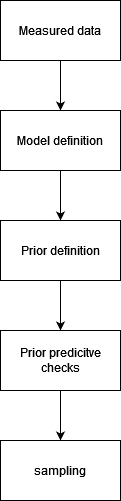
BioCatHub/wt_modeling keeps this draw.io diagram as Drafts/pymc3/assets/worklfow_example_1.png. Above is the earlier version. Source tidied: cells renumbered, new cells last; positions are measured from the earlier drawing's top-left corner, leaving out a move shared by most shapes. Source of this version:
```xml
<mxGraphModel>
  <root>
    <mxCell id="0" />
    <mxCell id="1" parent="0" />
    <mxCell id="2" style="edgeStyle=orthogonalEdgeStyle;rounded=0;jettySize=auto;html=1;" parent="1" edge="1" source="3" target="5">
      <mxGeometry relative="1" as="geometry" />
    </mxCell>
    <mxCell id="3" value="Measured data" style="rounded=0;whiteSpace=wrap;html=1;" parent="1" vertex="1">
      <mxGeometry width="120" height="60" as="geometry" />
    </mxCell>
    <mxCell id="4" style="edgeStyle=orthogonalEdgeStyle;rounded=0;jettySize=auto;html=1;" parent="1" edge="1" source="5" target="7">
      <mxGeometry relative="1" as="geometry" />
    </mxCell>
    <mxCell id="5" value="Model definition" style="rounded=0;whiteSpace=wrap;html=1;" parent="1" vertex="1">
      <mxGeometry y="110" width="120" height="60" as="geometry" />
    </mxCell>
    <mxCell id="6" style="edgeStyle=orthogonalEdgeStyle;rounded=0;jettySize=auto;html=1;" parent="1" edge="1" source="7" target="9">
      <mxGeometry relative="1" as="geometry" />
    </mxCell>
    <mxCell id="7" value="Prior definition" style="rounded=0;whiteSpace=wrap;html=1;" parent="1" vertex="1">
      <mxGeometry y="220" width="120" height="60" as="geometry" />
    </mxCell>
    <mxCell id="8" style="edgeStyle=orthogonalEdgeStyle;rounded=0;jettySize=auto;html=1;" parent="1" edge="1" source="9" target="10">
      <mxGeometry relative="1" as="geometry" />
    </mxCell>
    <mxCell id="9" value="Prior predicitve checks" style="rounded=0;whiteSpace=wrap;html=1;" parent="1" vertex="1">
      <mxGeometry y="330" width="120" height="60" as="geometry" />
    </mxCell>
    <mxCell id="10" value="sampling" style="rounded=0;whiteSpace=wrap;html=1;" parent="1" vertex="1">
      <mxGeometry y="440" width="120" height="60" as="geometry" />
    </mxCell>
  </root>
</mxGraphModel>
```
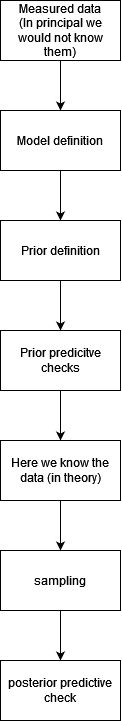
The same diagram one commit later.

What changed in the source:
```diff
@@ -5,7 +5,7 @@
     <mxCell id="2" style="edgeStyle=orthogonalEdgeStyle;rounded=0;jettySize=auto;html=1;" parent="1" edge="1" source="3" target="5">
       <mxGeometry relative="1" as="geometry" />
     </mxCell>
-    <mxCell id="3" value="Measured data" style="rounded=0;whiteSpace=wrap;html=1;" parent="1" vertex="1">
+    <mxCell id="3" value="&lt;div&gt;Measured data&lt;/div&gt;&lt;div&gt;(In principal we would not know them)&lt;br&gt;&lt;/div&gt;" style="rounded=0;whiteSpace=wrap;html=1;" parent="1" vertex="1">
       <mxGeometry width="120" height="60" as="geometry" />
     </mxCell>
     <mxCell id="4" style="edgeStyle=orthogonalEdgeStyle;rounded=0;jettySize=auto;html=1;" parent="1" edge="1" source="5" target="7">
@@ -20,14 +20,26 @@
     <mxCell id="7" value="Prior definition" style="rounded=0;whiteSpace=wrap;html=1;" parent="1" vertex="1">
       <mxGeometry y="220" width="120" height="60" as="geometry" />
     </mxCell>
-    <mxCell id="8" style="edgeStyle=orthogonalEdgeStyle;rounded=0;jettySize=auto;html=1;" parent="1" edge="1" source="9" target="10">
+    <mxCell id="8" style="edgeStyle=orthogonalEdgeStyle;rounded=0;jettySize=auto;html=1;" parent="1" edge="1" source="9" target="14">
       <mxGeometry relative="1" as="geometry" />
     </mxCell>
     <mxCell id="9" value="Prior predicitve checks" style="rounded=0;whiteSpace=wrap;html=1;" parent="1" vertex="1">
       <mxGeometry y="330" width="120" height="60" as="geometry" />
     </mxCell>
-    <mxCell id="10" value="sampling" style="rounded=0;whiteSpace=wrap;html=1;" parent="1" vertex="1">
-      <mxGeometry y="440" width="120" height="60" as="geometry" />
+    <mxCell id="10" style="edgeStyle=orthogonalEdgeStyle;rounded=0;jettySize=auto;html=1;" parent="1" edge="1" source="11" target="12">
+      <mxGeometry relative="1" as="geometry" />
     </mxCell>
+    <mxCell id="11" value="sampling" style="rounded=0;whiteSpace=wrap;html=1;" parent="1" vertex="1">
+      <mxGeometry y="550" width="120" height="60" as="geometry" />
+    </mxCell>
+    <mxCell id="12" value="posterior predictive check" style="rounded=0;whiteSpace=wrap;html=1;" parent="1" vertex="1">
+      <mxGeometry y="660" width="120" height="60" as="geometry" />
+    </mxCell>
+    <mxCell id="13" style="edgeStyle=orthogonalEdgeStyle;rounded=0;jettySize=auto;html=1;entryX=0.5;entryY=0;entryDx=0;entryDy=0;" parent="1" edge="1" source="14" target="11">
+      <mxGeometry relative="1" as="geometry" />
+    </mxCell>
+    <mxCell id="14" value="Here we know the data (in theory)" style="rounded=0;whiteSpace=wrap;html=1;" parent="1" vertex="1">
+      <mxGeometry y="440" width="120" height="60" as="geometry" />
+    </mxCell>
   </root>
 </mxGraphModel>
```
